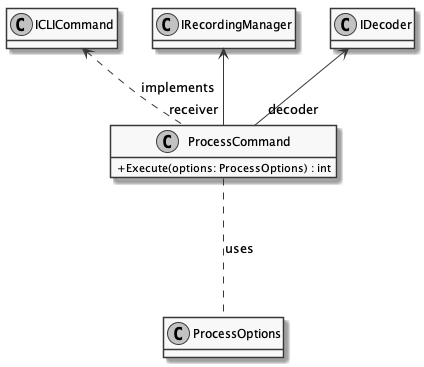
Before: documents/sd/resources/Classes/Core/CLI/ProcessCommand.png, a diagram exported from PlantUML (insightmind/MORR).
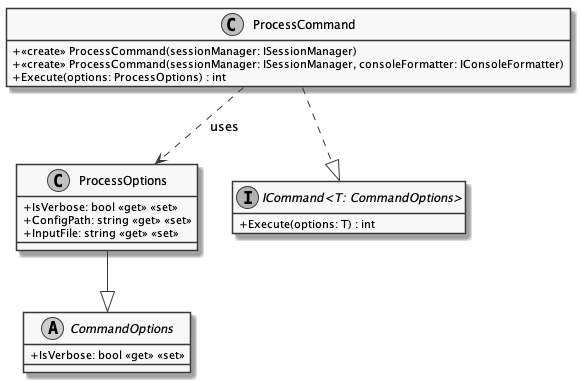
After the change.

What changed in the source:
```diff
@@ -4,10 +4,25 @@
 hide empty fields
 
 class ProcessCommand {
+    + <<create>> ProcessCommand(sessionManager: ISessionManager)
+    + <<create>> ProcessCommand(sessionManager: ISessionManager, consoleFormatter: IConsoleFormatter)
     + Execute(options: ProcessOptions) : int
 }
-ProcessCommand ... ProcessOptions : uses
-ICLICommand <.. ProcessCommand : implements
-IRecordingManager <-- "receiver" ProcessCommand
-IDecoder <-- "decoder" ProcessCommand
+
+class ProcessOptions {
+    + IsVerbose: bool <<get>> <<set>>
+    + ConfigPath: string <<get>> <<set>>
+    + InputFile: string <<get>> <<set>>
+}
+interface "ICommand<T: CommandOptions>" {
+    + Execute(options: T) : int
+}
+abstract class CommandOptions {
+    + IsVerbose: bool <<get>> <<set>>
+}
+
+ProcessOptions --|> CommandOptions
+ProcessCommand ..> ProcessOptions : "uses"
+ProcessCommand ..|> "ICommand<T: CommandOptions>"
+
 @enduml
```
